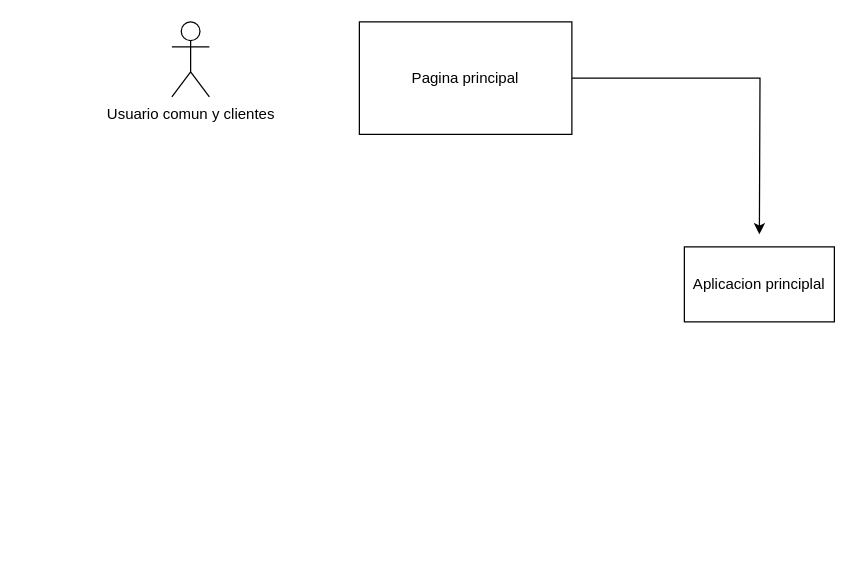
Above: Diagrama de funcionalidad.drawio in afrolino02/afrolino02 (draw.io), before the change. Source tidied: cells renumbered, new cells numbered last; positions are measured from the earlier drawing's top-left corner, leaving out a move shared by most shapes. Both pictures are drawn from the tidied source at 125%, with x=0, y=0 at pixel (171, 21).
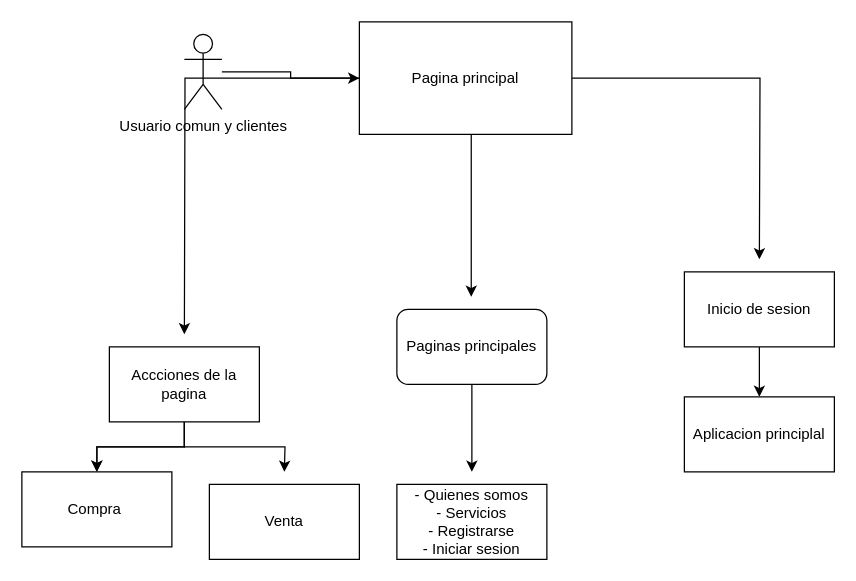
Above is the later version.

The change refers to these unchanged cells:
```xml
<mxCell id="3" value="Pagina principal" style="rounded=0;whiteSpace=wrap;html=1;" parent="1" vertex="1">
  <mxGeometry x="150" width="170" height="90" as="geometry" />
</mxCell>
```

The edit, as a diff of the source:
```diff
@@
     <mxCell id="2" style="edgeStyle=orthogonalEdgeStyle;rounded=0;jettySize=auto;html=1;" parent="1" edge="1" source="3">
       <mxGeometry relative="1" as="geometry">
-        <mxPoint x="470" y="170" as="targetPoint" />
+        <mxPoint x="470" y="190" as="targetPoint" />
       </mxGeometry>
     </mxCell>
+    <mxCell id="6" style="edgeStyle=orthogonalEdgeStyle;rounded=0;orthogonalLoop=1;jettySize=auto;html=1;" parent="1" edge="1">
+      <mxGeometry relative="1" as="geometry">
+        <mxPoint x="239.5" y="90" as="sourcePoint" />
+        <mxPoint x="239.5" y="220" as="targetPoint" />
+      </mxGeometry>
+    </mxCell>
+    <mxCell id="7" style="edgeStyle=orthogonalEdgeStyle;rounded=0;jettySize=auto;html=1;" parent="1" edge="1" source="3">
+      <mxGeometry relative="1" as="geometry">
+        <mxPoint x="10" y="250" as="targetPoint" />
+      </mxGeometry>
+    </mxCell>
@@
     <mxCell id="4" value="Aplicacion principlal" style="rounded=0;whiteSpace=wrap;html=1;" parent="1" vertex="1">
-      <mxGeometry x="410" y="180" width="120" height="60" as="geometry" />
+      <mxGeometry x="410" y="300" width="120" height="60" as="geometry" />
     </mxCell>
+    <mxCell id="8" style="edgeStyle=orthogonalEdgeStyle;rounded=0;jettySize=auto;html=1;" parent="1" edge="1" source="5" target="3">
+      <mxGeometry relative="1" as="geometry" />
+    </mxCell>
     <mxCell id="5" value="Usuario comun y clientes" style="shape=umlActor;verticalLabelPosition=bottom;verticalAlign=top;html=1;" parent="1" vertex="1">
-      <mxGeometry width="30" height="60" as="geometry" />
+      <mxGeometry x="10" y="10" width="30" height="60" as="geometry" />
     </mxCell>
+    <mxCell id="9" style="edgeStyle=orthogonalEdgeStyle;rounded=0;jettySize=auto;html=1;" parent="1" edge="1" source="10">
+      <mxGeometry relative="1" as="geometry">
+        <mxPoint x="240" y="360" as="targetPoint" />
+      </mxGeometry>
+    </mxCell>
+    <mxCell id="10" value="Paginas principales" style="rounded=1;whiteSpace=wrap;html=1;" parent="1" vertex="1">
+      <mxGeometry x="180" y="230" width="120" height="60" as="geometry" />
+    </mxCell>
+    <mxCell id="11" style="edgeStyle=orthogonalEdgeStyle;rounded=0;jettySize=auto;html=1;" parent="1" edge="1" source="12" target="4">
+      <mxGeometry relative="1" as="geometry" />
+    </mxCell>
+    <mxCell id="12" value="Inicio de sesion" style="rounded=0;whiteSpace=wrap;html=1;" parent="1" vertex="1">
+      <mxGeometry x="410" y="200" width="120" height="60" as="geometry" />
+    </mxCell>
+    <mxCell id="13" value="- Quienes somos&lt;br&gt;- Servicios&lt;br&gt;- Registrarse&lt;br&gt;- Iniciar sesion" style="rounded=0;whiteSpace=wrap;html=1;" parent="1" vertex="1">
+      <mxGeometry x="180" y="370" width="120" height="60" as="geometry" />
+    </mxCell>
+    <mxCell id="14" style="edgeStyle=orthogonalEdgeStyle;rounded=0;jettySize=auto;html=1;" parent="1" edge="1" source="17" target="18">
+      <mxGeometry relative="1" as="geometry" />
+    </mxCell>
+    <mxCell id="15" style="edgeStyle=orthogonalEdgeStyle;rounded=0;jettySize=auto;html=1;" parent="1" edge="1" source="17" target="18">
+      <mxGeometry relative="1" as="geometry" />
+    </mxCell>
+    <mxCell id="16" style="edgeStyle=orthogonalEdgeStyle;rounded=0;jettySize=auto;html=1;exitX=0.5;exitY=1;exitDx=0;exitDy=0;" parent="1" edge="1" source="17">
+      <mxGeometry relative="1" as="geometry">
+        <mxPoint x="90" y="360" as="targetPoint" />
+      </mxGeometry>
+    </mxCell>
+    <mxCell id="17" value="Accciones de la pagina" style="rounded=0;whiteSpace=wrap;html=1;" parent="1" vertex="1">
+      <mxGeometry x="-50" y="260" width="120" height="60" as="geometry" />
+    </mxCell>
+    <mxCell id="18" value="Compra&amp;nbsp;" style="whiteSpace=wrap;html=1;rounded=0;" parent="1" vertex="1">
+      <mxGeometry x="-120" y="360" width="120" height="60" as="geometry" />
+    </mxCell>
+    <mxCell id="19" value="Venta" style="whiteSpace=wrap;html=1;rounded=0;" parent="1" vertex="1">
+      <mxGeometry x="30" y="370" width="120" height="60" as="geometry" />
+    </mxCell>
```
